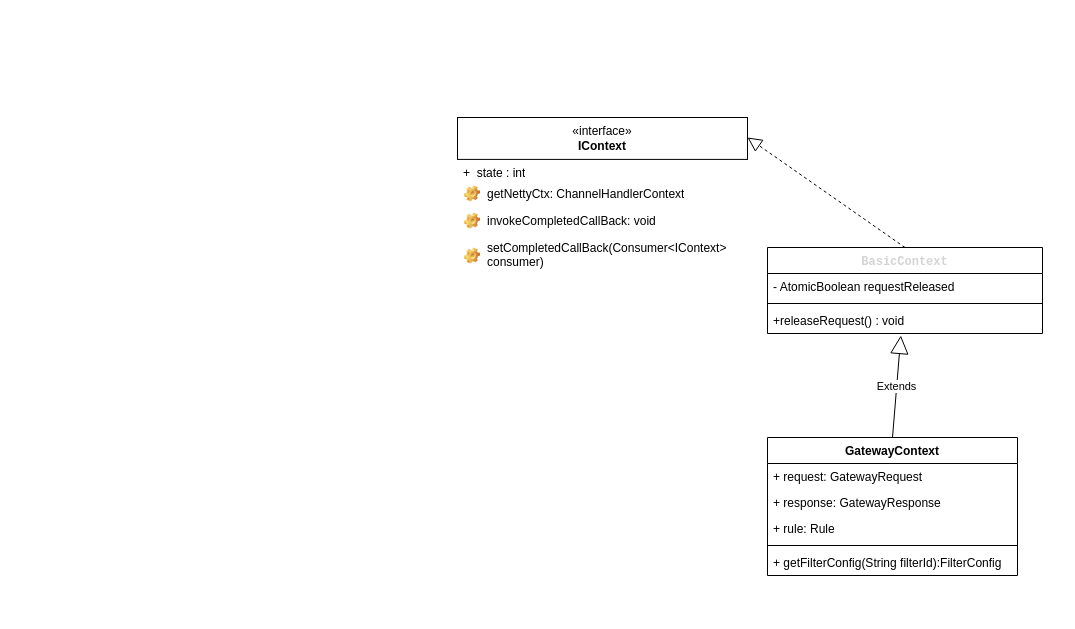
Before: GateWay.drawio in Spongesquarhead/Gateway, a draw.io diagram. Source tidied: cells renumbered, new cells numbered last; positions are measured from the earlier drawing's top-left corner, leaving out a move shared by most shapes. Both pictures are drawn from the tidied source at 100%, with x=0, y=0 at pixel (457, 117).
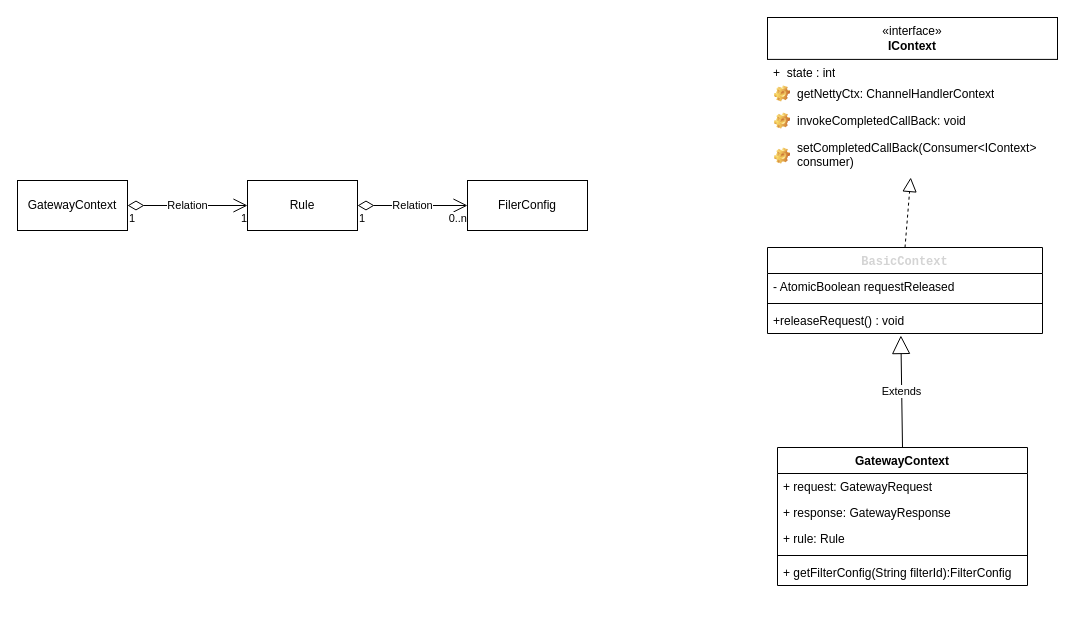
The same page after the edit.

Unchanged cells that the change refers to:
```xml
<mxCell id="9" value="setCompletedCallBack(Consumer&amp;lt;IContext&amp;gt; consumer)" style="label;fontStyle=0;strokeColor=none;fillColor=none;align=left;verticalAlign=top;overflow=hidden;spacingLeft=28;spacingRight=4;points=[[0,0.5],[1,0.5]];portConstraint=eastwest;imageWidth=16;imageHeight=16;whiteSpace=wrap;html=1;image=img/clipart/Gear_128x128.png;" parent="2" vertex="1">
  <mxGeometry y="117.2" width="290" height="42.8" as="geometry" />
</mxCell>
<mxCell id="10" value="&lt;font face=&quot;Consolas, Courier New, monospace&quot; color=&quot;#d4d4d4&quot;&gt;BasicContext&lt;/font&gt;" style="swimlane;fontStyle=1;align=center;verticalAlign=top;horizontal=1;startSize=26;whiteSpace=wrap;html=1;" parent="1" vertex="1">
  <mxGeometry x="310" y="130" width="275" height="86" as="geometry" />
</mxCell>
```

The edit, as a diff of the source:
```diff
@@
     <mxCell id="2" style="group;" parent="1" vertex="1">
-      <mxGeometry width="290" height="160" as="geometry" />
+      <mxGeometry x="310" y="-100" width="290" height="160" as="geometry" />
     </mxCell>
@@
-    <mxCell id="14" style="endArrow=block;dashed=1;endFill=0;endSize=12;html=1;rounded=0;exitX=0.5;exitY=0;exitDx=0;exitDy=0;" parent="1" edge="1" source="10">
-      <mxGeometry relative="1" as="geometry">
-        <mxPoint x="290" y="20" as="targetPoint" />
-        <Array as="points">
-          <mxPoint x="290" y="20" />
-        </Array>
-      </mxGeometry>
-    </mxCell>
     <mxCell id="15" style="group;" parent="1" vertex="1">
-      <mxGeometry x="310" y="320" width="250" height="164" as="geometry" />
+      <mxGeometry x="320" y="330" width="250" height="164" as="geometry" />
     </mxCell>
@@
+    <mxCell id="23" style="endArrow=block;dashed=1;endFill=0;endSize=12;html=1;rounded=0;exitX=0.5;exitY=0;exitDx=0;exitDy=0;" parent="1" edge="1" source="10" target="9">
+      <mxGeometry relative="1" as="geometry" />
+    </mxCell>
+    <mxCell id="24" value="Relation" style="endArrow=open;html=1;endSize=12;startArrow=diamondThin;startSize=14;startFill=0;edgeStyle=orthogonalEdgeStyle;rounded=0;exitX=1;exitY=0.5;exitDx=0;exitDy=0;entryX=0;entryY=0.5;entryDx=0;entryDy=0;" parent="1" edge="1" source="27" target="28">
+      <mxGeometry relative="1" as="geometry" />
+    </mxCell>
+    <mxCell id="25" value="1" style="edgeLabel;html=1;align=left;verticalAlign=top;" parent="24" vertex="1">
+      <mxGeometry x="-1" relative="1" as="geometry" />
+    </mxCell>
+    <mxCell id="26" value="0..n" style="edgeLabel;html=1;align=right;verticalAlign=top;" parent="24" vertex="1">
+      <mxGeometry x="1" relative="1" as="geometry" />
+    </mxCell>
+    <mxCell id="27" value="Rule" style="html=1;whiteSpace=wrap;" parent="1" vertex="1">
+      <mxGeometry x="-210" y="63" width="110" height="50" as="geometry" />
+    </mxCell>
+    <mxCell id="28" value="FilerConfig" style="html=1;whiteSpace=wrap;" parent="1" vertex="1">
+      <mxGeometry x="10" y="63" width="120" height="50" as="geometry" />
+    </mxCell>
+    <mxCell id="29" value="GatewayContext" style="html=1;whiteSpace=wrap;" parent="1" vertex="1">
+      <mxGeometry x="-440" y="63" width="110" height="50" as="geometry" />
+    </mxCell>
+    <mxCell id="30" value="Relation" style="endArrow=open;html=1;endSize=12;startArrow=diamondThin;startSize=14;startFill=0;edgeStyle=orthogonalEdgeStyle;rounded=0;exitX=1;exitY=0.5;exitDx=0;exitDy=0;entryX=0;entryY=0.5;entryDx=0;entryDy=0;" parent="1" edge="1" source="29" target="27">
+      <mxGeometry relative="1" as="geometry" />
+    </mxCell>
+    <mxCell id="31" value="1" style="edgeLabel;html=1;align=left;verticalAlign=top;" parent="30" vertex="1">
+      <mxGeometry x="-1" relative="1" as="geometry" />
+    </mxCell>
+    <mxCell id="32" value="1" style="edgeLabel;html=1;align=right;verticalAlign=top;" parent="30" vertex="1">
+      <mxGeometry x="1" relative="1" as="geometry" />
+    </mxCell>
```
